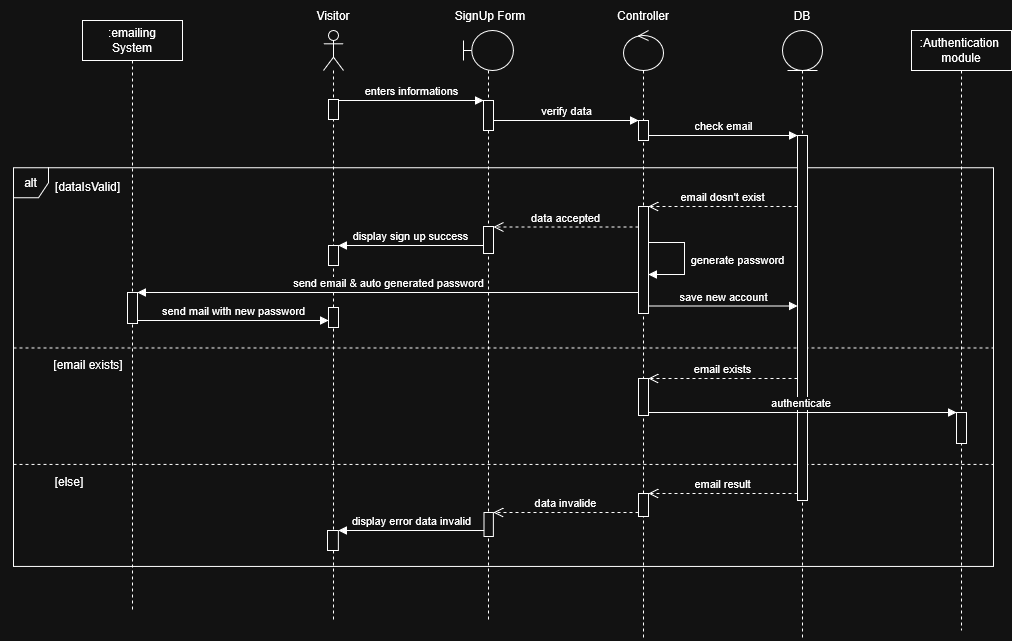
Earlier version of the draw.io export uml diagram/createAccount_sequence.png (rayenbenyoussef/Jci_Manager). Source tidied: cells renumbered, new cells last; positions are measured from the earlier drawing's top-left corner, leaving out a move shared by most shapes.
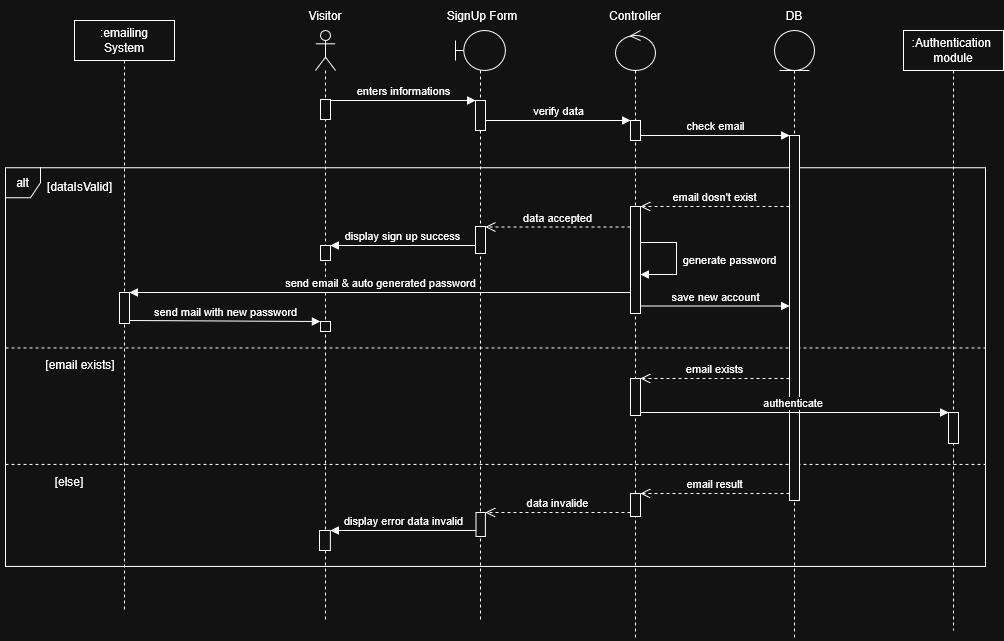
Above is the later version.

The edit, as a diff of the source:
```diff
@@ -33,7 +33,7 @@
       </mxGeometry>
     </mxCell>
     <mxCell id="10" value="[else]" style="text;html=1;whiteSpace=wrap;strokeColor=none;fillColor=none;align=center;verticalAlign=middle;rounded=0;" parent="8" vertex="1">
-      <mxGeometry x="-13.1" width="137.5" height="39.1" as="geometry" />
+      <mxGeometry x="-5.1" width="137.5" height="39.1" as="geometry" />
     </mxCell>
     <mxCell id="11" style="shape=umlLifeline;perimeter=lifelinePerimeter;whiteSpace=wrap;html=1;newEdgeStyle={&quot;curved&quot;:0,&quot;rounded&quot;:0};participant=umlActor;fillColor=light-dark(#FFFFFF,transparent);strokeColor=light-dark(#000000,#FFFFFF);" parent="1" vertex="1">
       <mxGeometry x="323" y="30" width="20" height="590" as="geometry" />
@@ -42,10 +42,10 @@
       <mxGeometry x="5" y="69" width="10" height="20" as="geometry" />
     </mxCell>
     <mxCell id="13" style="html=1;perimeter=orthogonalPerimeter;targetShapes=umlLifeline;newEdgeStyle={&quot;curved&quot;:0,&quot;rounded&quot;:0};" parent="11" vertex="1">
-      <mxGeometry x="5" y="215" width="10" height="20" as="geometry" />
+      <mxGeometry x="5" y="215" width="10" height="15" as="geometry" />
     </mxCell>
     <mxCell id="14" style="html=1;points=[[0,0,0,0,5],[0,1,0,0,-5],[1,0,0,0,5],[1,1,0,0,-5]];perimeter=orthogonalPerimeter;outlineConnect=0;targetShapes=umlLifeline;portConstraint=eastwest;newEdgeStyle={&quot;curved&quot;:0,&quot;rounded&quot;:0};" parent="11" vertex="1">
-      <mxGeometry x="5" y="277" width="10" height="20" as="geometry" />
+      <mxGeometry x="5" y="291" width="10" height="10" as="geometry" />
     </mxCell>
     <mxCell id="15" style="html=1;perimeter=orthogonalPerimeter;targetShapes=umlLifeline;newEdgeStyle={&quot;curved&quot;:0,&quot;rounded&quot;:0};" parent="11" vertex="1">
       <mxGeometry x="4.1" y="500" width="10.9" height="20" as="geometry" />
@@ -207,10 +207,9 @@
         <mxPoint x="137" y="292" as="targetPoint" />
       </mxGeometry>
     </mxCell>
-    <mxCell id="53" value="send mail with new password" style="html=1;verticalAlign=bottom;endArrow=block;curved=0;rounded=0;strokeColor=light-dark(#000000,#FFFFFF);" parent="1" edge="1">
+    <mxCell id="53" value="send mail with new password" style="html=1;verticalAlign=bottom;endArrow=block;curved=0;rounded=0;strokeColor=light-dark(#000000,#FFFFFF);" parent="1" edge="1" target="14">
       <mxGeometry relative="1" as="geometry">
         <mxPoint x="137" y="320" as="sourcePoint" />
-        <mxPoint x="328" y="320" as="targetPoint" />
       </mxGeometry>
     </mxCell>
   </root>
```
